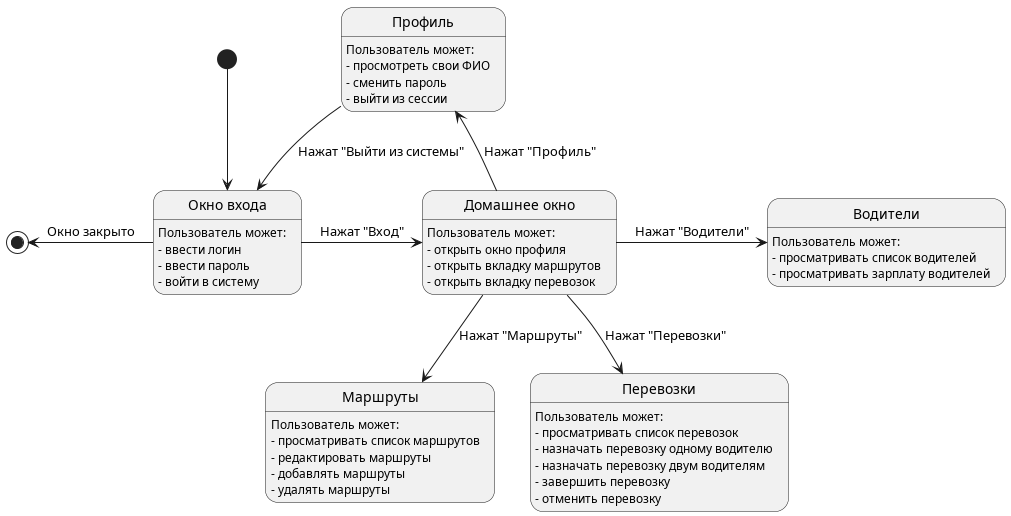
The PlantUML diagram state/logist.png in gur7en/kp4, before a commit. Its diagram source:
```plantuml
@startuml

state "Окно входа" as login
state "Домашнее окно" as home
state "Профиль" as profile
state "Маршруты" as routes
state "Перевозки" as transps
state "Водители" as drivers

login : Пользователь может:
login : - ввести логин
login : - ввести пароль
login : - войти в систему

profile : Пользователь может:
profile : - просмотреть свои ФИО
profile : - сменить пароль
profile : - выйти из сессии

home : Пользователь может:
home : - открыть окно профиля
home : - открыть вкладку маршрутов
home : - открыть вкладку перевозок

routes : Пользователь может:
routes : - просматривать список маршрутов
routes : - редактировать маршруты
routes : - добавлять маршруты
routes : - удалять маршруты

transps : Пользователь может:
transps : - просматривать список перевозок
transps : - назначать перевозку одному водителю
transps : - назначать перевозку двум водителям
transps : - завершить перевозку
transps : - отменить перевозку

drivers : Пользователь может:
drivers : - просматривать список водителей
drivers : - просматривать зарплату водителей

[*] -down-> login
login -right-> home : Нажат "Вход"
home -up-> profile : Нажат "Профиль"
home -down-> routes : Нажат "Маршруты"
home -right-> drivers : Нажат "Водители"
home --> transps : Нажат "Перевозки"
profile --> login : Нажат "Выйти из системы"
login -left-> [*] : Окно закрыто

@enduml
```
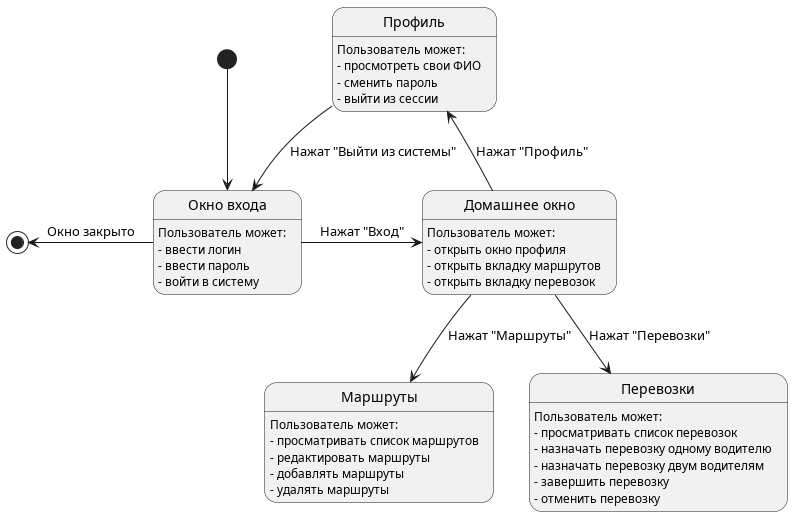
After the change.

The edit, as a diff of the source:
```diff
@@ -5,7 +5,6 @@
 state "Профиль" as profile
 state "Маршруты" as routes
 state "Перевозки" as transps
-state "Водители" as drivers
 
 login : Пользователь может:
 login : - ввести логин
@@ -35,15 +34,10 @@
 transps : - завершить перевозку
 transps : - отменить перевозку
 
-drivers : Пользователь может:
-drivers : - просматривать список водителей
-drivers : - просматривать зарплату водителей
-
 [*] -down-> login
 login -right-> home : Нажат "Вход"
 home -up-> profile : Нажат "Профиль"
 home -down-> routes : Нажат "Маршруты"
-home -right-> drivers : Нажат "Водители"
 home --> transps : Нажат "Перевозки"
 profile --> login : Нажат "Выйти из системы"
 login -left-> [*] : Окно закрыто
```
